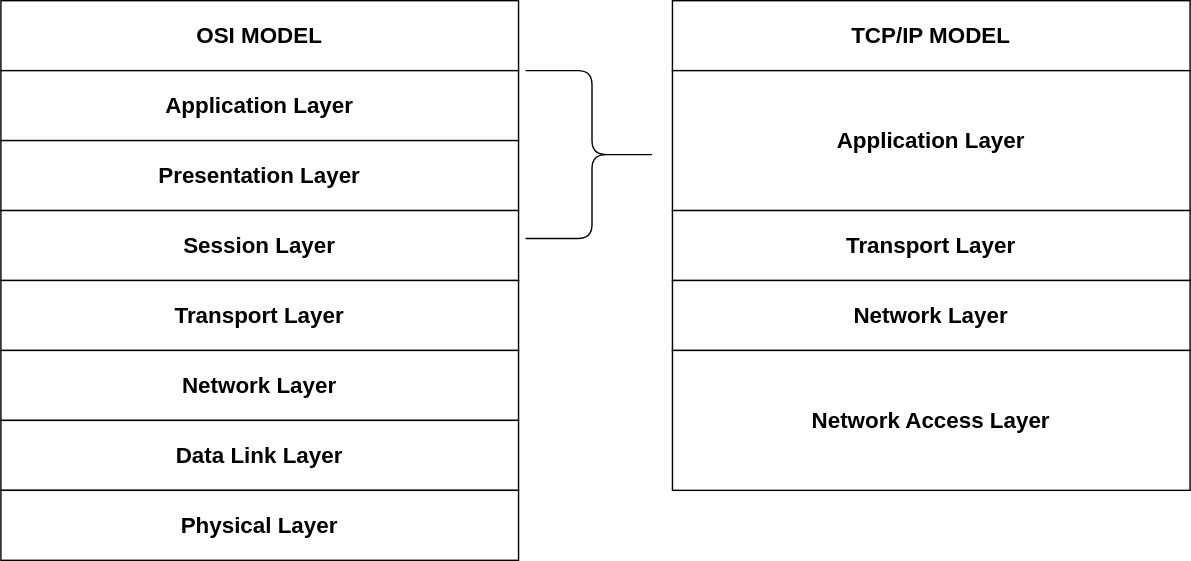
Earlier version of the draw.io export TCP/IP Model.drawio.svg (chloe-valentine/network-diagrams). Source tidied: cells renumbered, new cells last; positions are measured from the earlier drawing's top-left corner, leaving out a move shared by most shapes.
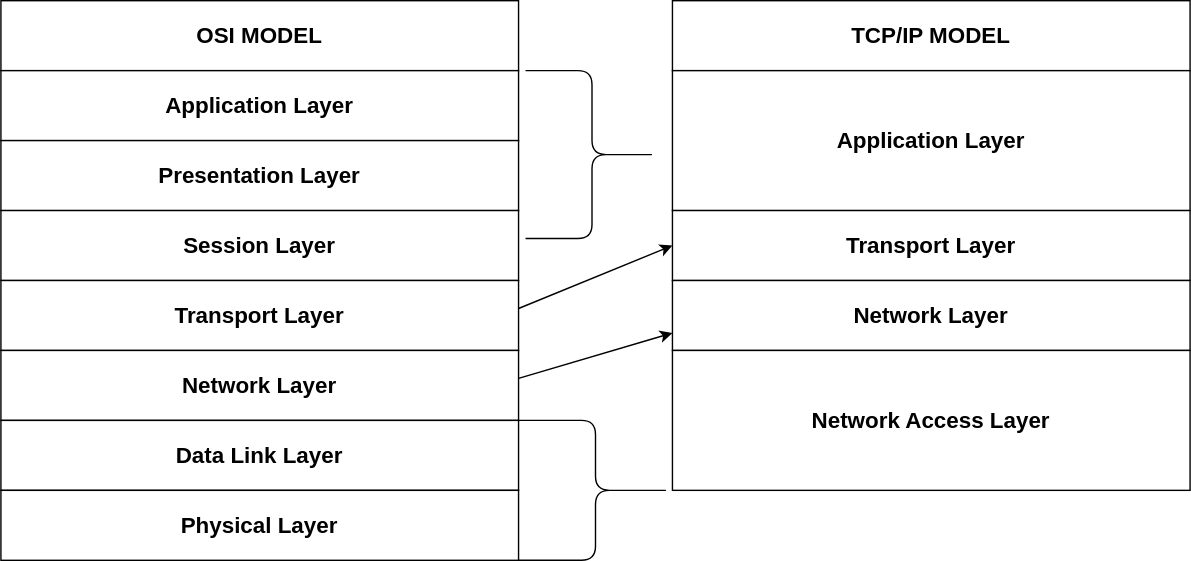
Above is the later version.

Diff of the diagram source:
```diff
@@ -44,5 +44,18 @@
     <mxCell id="15" value="&lt;font style=&quot;font-size: 16px;&quot;&gt;&lt;b&gt;Physical Layer&lt;/b&gt;&lt;/font&gt;" style="rounded=0;whiteSpace=wrap;html=1;" parent="1" vertex="1">
       <mxGeometry y="350" width="370" height="50" as="geometry" />
     </mxCell>
+    <mxCell id="16" style="shape=curlyBracket;whiteSpace=wrap;html=1;rounded=1;flipH=1;labelPosition=right;verticalLabelPosition=middle;align=left;verticalAlign=middle;" parent="1" vertex="1">
+      <mxGeometry x="370" y="300" width="110" height="100" as="geometry" />
+    </mxCell>
+    <mxCell id="17" style="endArrow=classic;html=1;rounded=0;entryX=0;entryY=0.75;entryDx=0;entryDy=0;" parent="1" edge="1" target="5">
+      <mxGeometry relative="1" as="geometry">
+        <mxPoint x="370" y="270" as="sourcePoint" />
+      </mxGeometry>
+    </mxCell>
+    <mxCell id="18" style="endArrow=classic;html=1;rounded=0;entryX=0;entryY=0.5;entryDx=0;entryDy=0;" parent="1" edge="1" target="4">
+      <mxGeometry relative="1" as="geometry">
+        <mxPoint x="370" y="220" as="sourcePoint" />
+      </mxGeometry>
+    </mxCell>
   </root>
 </mxGraphModel>
```
